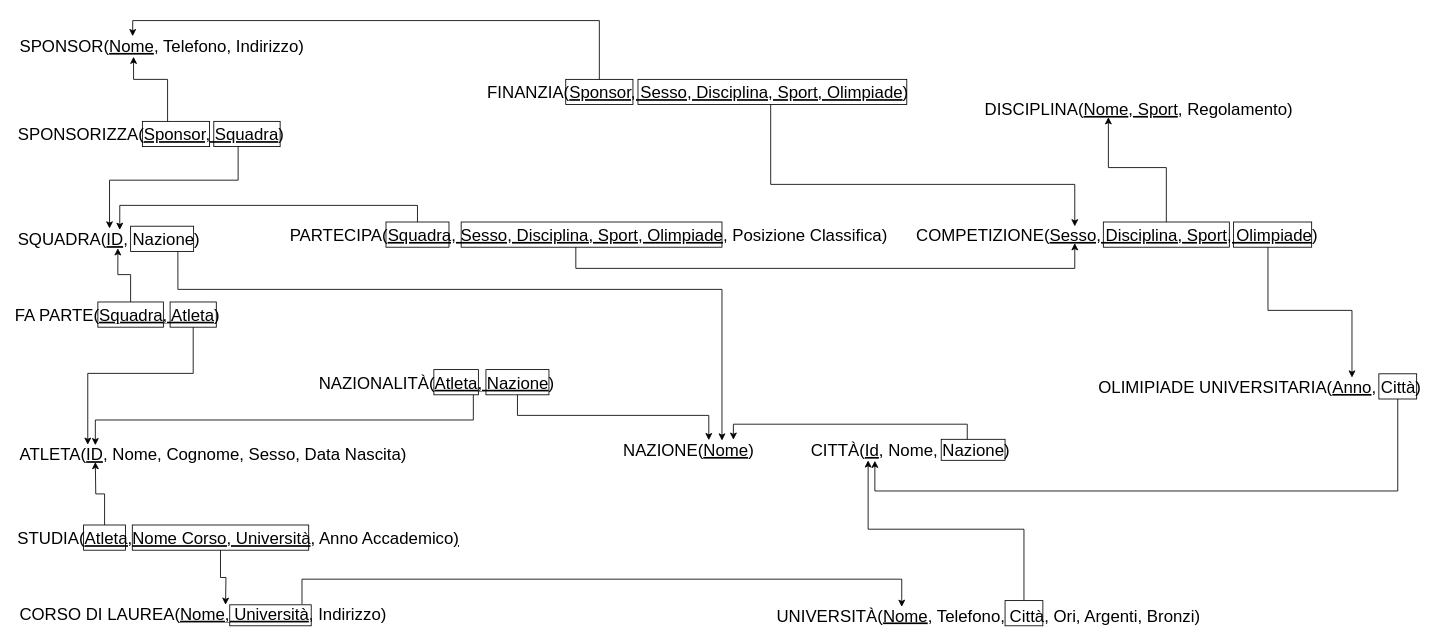
giovannivelludo/database-project keeps this draw.io diagram as page "Schema Logico" (4 of 7) of Olimpiadi studentesche.drawio. Above is the earlier version. Source tidied: cells renumbered, new cells numbered last; positions are measured from the earlier drawing's top-left corner, leaving out a move shared by most shapes. Both pictures are drawn from the tidied source at 84%, with x=0, y=0 at pixel (16, 20).
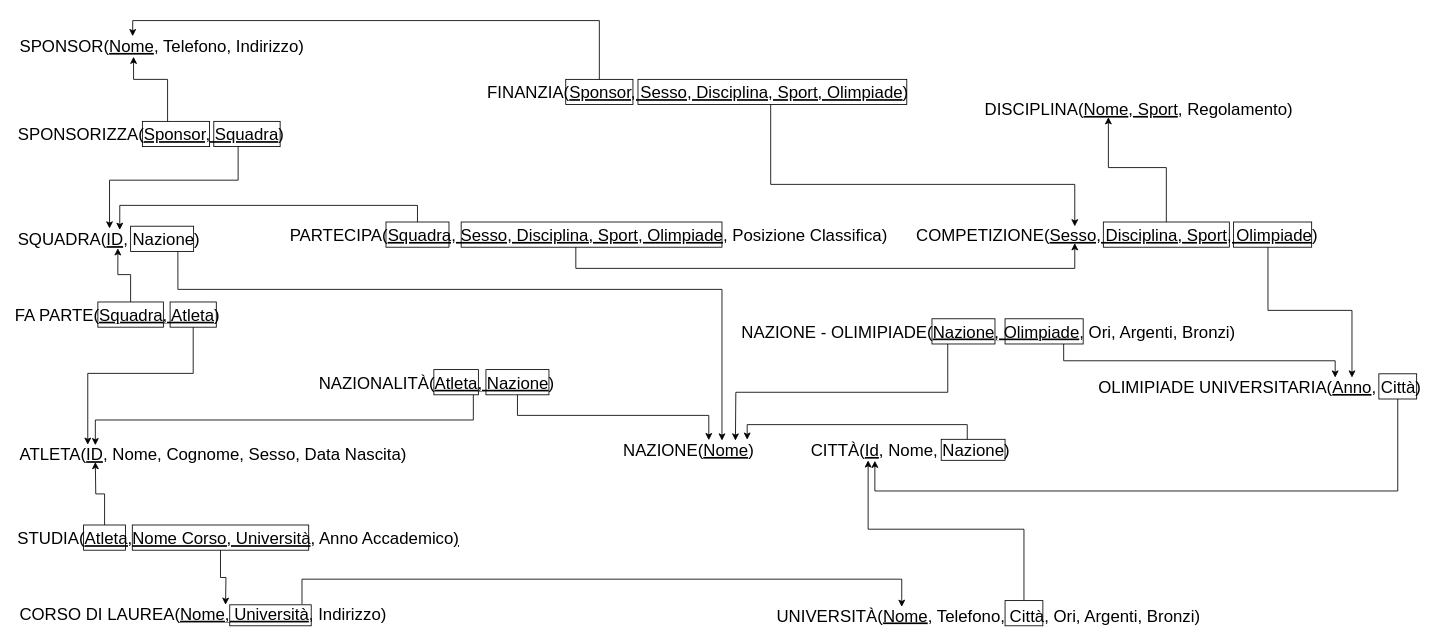
The same page after the edit.

The change refers to these unchanged cells:
```xml
<mxCell id="5" value="NAZIONE(&lt;u&gt;Nome&lt;/u&gt;)" style="text;html=1;align=center;verticalAlign=middle;rounded=0;fontSize=20;labelBackgroundColor=none;endArrow=classic;" parent="1" vertex="1">
  <mxGeometry x="720" y="500.5" width="160" height="20" as="geometry" />
</mxCell>
<mxCell id="25" style="rounded=0;whiteSpace=wrap;html=1;fontSize=20;labelBackgroundColor=#ffffff;endArrow=classic;fillColor=none;" parent="1" vertex="1">
  <mxGeometry x="1101" y="498.5" width="76" height="25" as="geometry" />
</mxCell>
```

Change to the diagram source:
```diff
@@
-    <mxCell id="24" style="edgeStyle=orthogonalEdgeStyle;rounded=0;jettySize=auto;html=1;fontSize=20;entryX=0.835;entryY=-0.074;entryDx=0;entryDy=0;entryPerimeter=0;labelBackgroundColor=#ffffff;fontColor=#000000;" parent="1" edge="1" source="25" target="5">
+    <mxCell id="24" style="edgeStyle=orthogonalEdgeStyle;rounded=0;jettySize=auto;html=1;fontSize=20;labelBackgroundColor=#ffffff;fontColor=#000000;" parent="1" edge="1" source="25">
       <mxGeometry relative="1" as="geometry">
+        <mxPoint x="870" y="499" as="targetPoint" />
         <Array as="points">
-          <mxPoint x="1132" y="480.5" />
-          <mxPoint x="853" y="480.5" />
+          <mxPoint x="1132" y="481" />
+          <mxPoint x="870" y="481" />
+          <mxPoint x="870" y="499" />
         </Array>
       </mxGeometry>
     </mxCell>
@@
+    <mxCell id="56" value="NAZIONE - OLIMIPIADE(&lt;u&gt;Nazione, Olimpiade&lt;/u&gt;, Ori, Argenti, Bronzi)" style="text;html=1;align=center;verticalAlign=middle;rounded=0;fontSize=20;labelBackgroundColor=none;endArrow=classic;" parent="1" vertex="1">
+      <mxGeometry x="1137" y="360" width="40" height="20" as="geometry" />
+    </mxCell>
+    <mxCell id="57" style="edgeStyle=orthogonalEdgeStyle;rounded=0;jettySize=auto;html=1;exitX=0.25;exitY=1;exitDx=0;exitDy=0;startSize=6;endArrow=classic;endFill=1;endSize=6;" parent="1" edge="1" source="58">
+      <mxGeometry relative="1" as="geometry">
+        <mxPoint x="856" y="500" as="targetPoint" />
+      </mxGeometry>
+    </mxCell>
+    <mxCell id="58" style="rounded=0;whiteSpace=wrap;fontSize=20;labelBackgroundColor=#ffffff;endArrow=classic;html=1;fillColor=none;" parent="1" vertex="1">
+      <mxGeometry x="1090" y="355" width="75" height="30" as="geometry" />
+    </mxCell>
+    <mxCell id="59" style="edgeStyle=orthogonalEdgeStyle;rounded=0;jettySize=auto;html=1;exitX=0.75;exitY=1;exitDx=0;exitDy=0;startSize=6;endArrow=classic;endFill=1;endSize=6;" parent="1" edge="1" source="60">
+      <mxGeometry relative="1" as="geometry">
+        <mxPoint x="1570" y="425" as="targetPoint" />
+        <Array as="points">
+          <mxPoint x="1247" y="405" />
+          <mxPoint x="1570" y="405" />
+        </Array>
+      </mxGeometry>
+    </mxCell>
+    <mxCell id="60" style="rounded=0;whiteSpace=wrap;fontSize=20;labelBackgroundColor=#ffffff;endArrow=classic;html=1;fillColor=none;" parent="1" vertex="1">
+      <mxGeometry x="1177" y="355" width="93" height="30" as="geometry" />
+    </mxCell>
```
